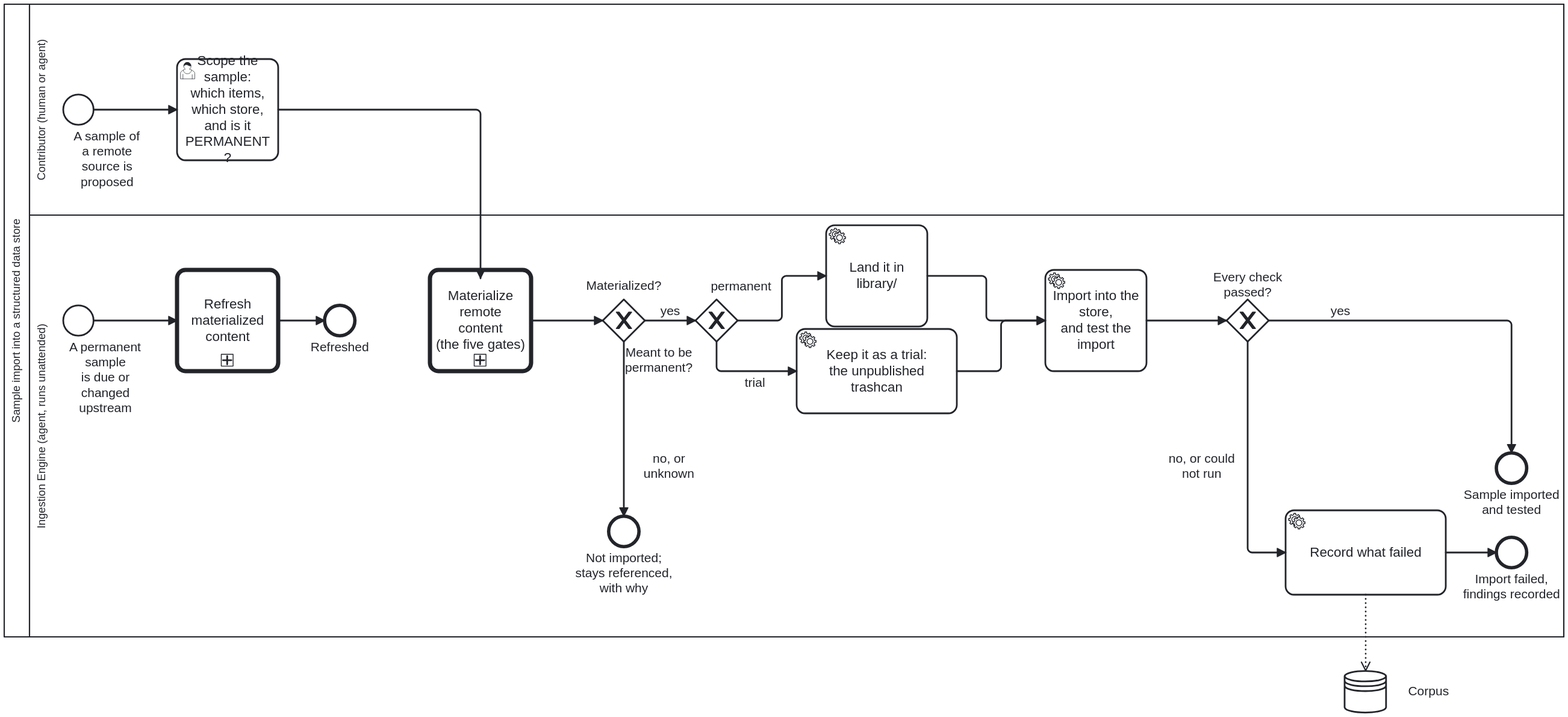
Above: docs/assets/img/workflows/sample-import.svg in litlfred/cat-harness (BPMN), before the change. Its source is kept beside it as processes/library/sample-import.bpmn. Ids are renumbered.
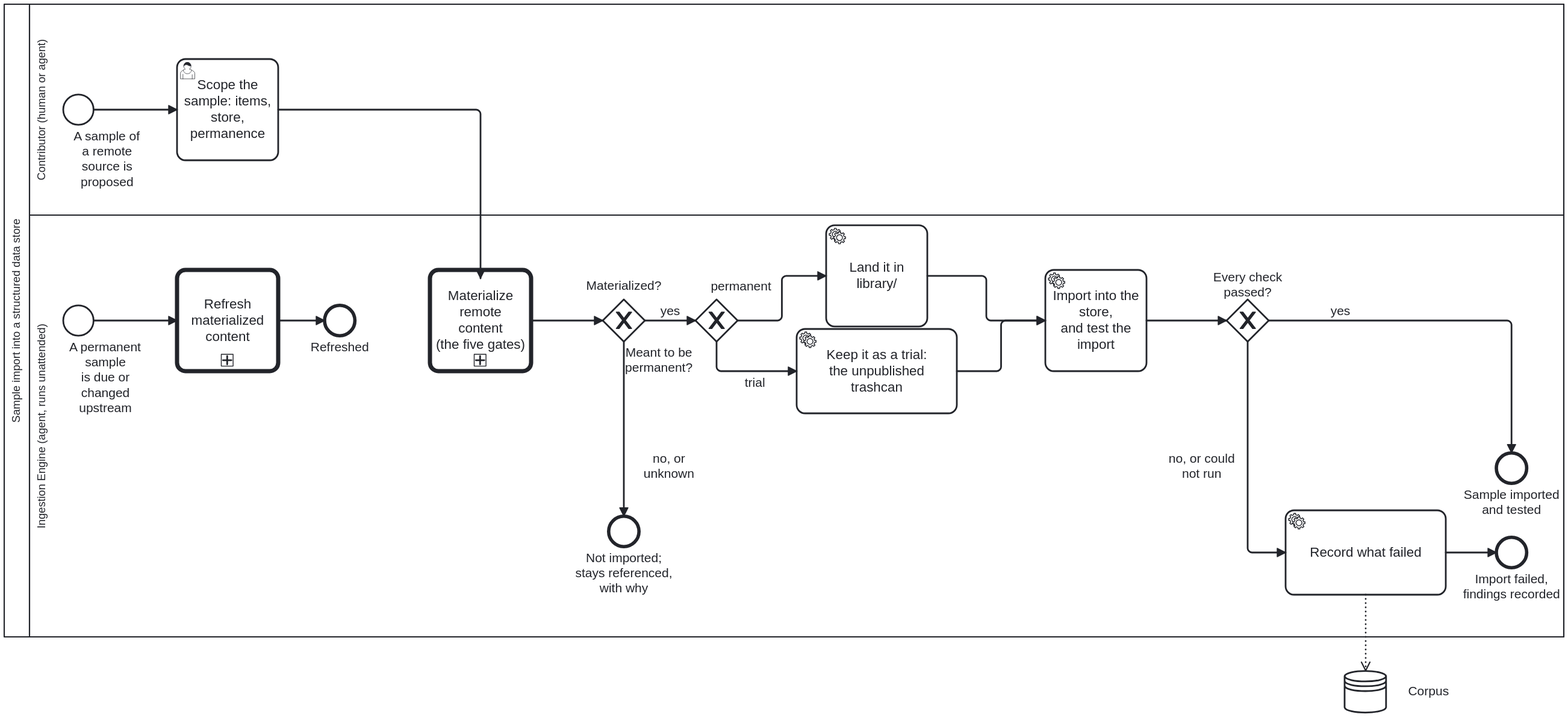
The same diagram one commit later.

The edit, as a diff of the source:
```diff
@@ -64,9 +64,7 @@
       <bpmn:documentation>The caller names a source (ideally one with a source descriptor in the declared sources/ of the instance that owns the corpus) and a reason to try it. Nothing about size, licence or permanence is assumed at this point.</bpmn:documentation>
       <bpmn:outgoing>Flow_1</bpmn:outgoing>
     </bpmn:startEvent>
-    <bpmn:userTask id="Task_Scope" name="Scope the sample:
-which items, which store,
-and is it PERMANENT?">
+    <bpmn:userTask id="Task_Scope" name="Scope the sample: items, store, permanence">
       <bpmn:documentation>Three answers, recorded before anything is fetched. WHICH ITEMS: named by the source's identifiers, or by a subset strategy its descriptor supports. WHICH STORE: the knowledge graph or other structured store the import is tested against. PERMANENT OR TRIAL: a permanent sample lands in library/ and is refreshed; a trial lands in fsh-guts/ and is not. The purpose materialize-remote asks for (working or archival) is asked there, not here.</bpmn:documentation>
       <bpmn:extensionElements>
         <bootstrap.processes:skill ref="sample-import" />
```
